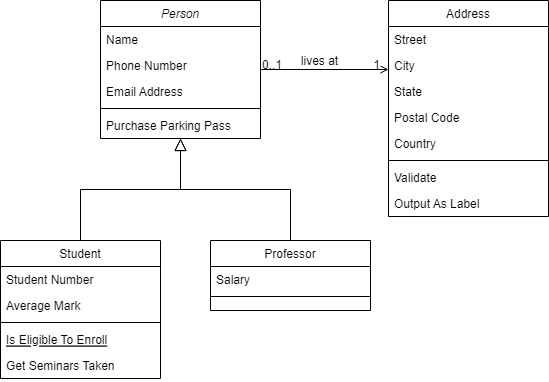
Before: Diagrama Unity.drawio.png, a diagram exported from draw.io (KalCastro/Game_Deep). Source tidied: cells renumbered, new cells last; positions are measured from the earlier drawing's top-left corner, leaving out a move shared by most shapes.
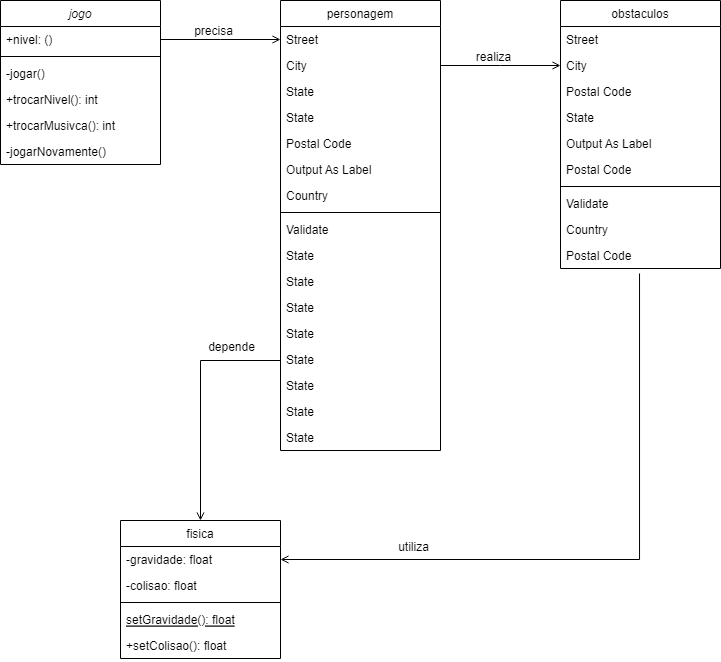
Above is the later version.

The edit, as a diff of the source:
```diff
@@ -2,59 +2,47 @@
   <root>
     <mxCell id="0" />
     <mxCell id="1" parent="0" />
-    <mxCell id="2" value="Person" style="swimlane;fontStyle=2;align=center;verticalAlign=top;horizontal=1;startSize=26;rounded=0;shadow=0;strokeWidth=1;" parent="1" vertex="1">
-      <mxGeometry x="100" width="160" height="138" as="geometry" />
+    <mxCell id="2" value="jogo" style="swimlane;fontStyle=2;align=center;verticalAlign=top;horizontal=1;startSize=26;rounded=0;shadow=0;strokeWidth=1;" parent="1" vertex="1">
+      <mxGeometry x="-80" width="160" height="164" as="geometry" />
     </mxCell>
-    <mxCell id="3" value="Name" style="text;align=left;verticalAlign=top;spacingLeft=4;spacingRight=4;overflow=hidden;points=[[0,0.5],[1,0.5]];portConstraint=eastwest;" parent="2" vertex="1">
+    <mxCell id="3" value="+nivel: ()" style="text;align=left;verticalAlign=top;spacingLeft=4;spacingRight=4;overflow=hidden;points=[[0,0.5],[1,0.5]];portConstraint=eastwest;" parent="2" vertex="1">
       <mxGeometry y="26" width="160" height="26" as="geometry" />
     </mxCell>
-    <mxCell id="4" value="Phone Number" style="text;align=left;verticalAlign=top;spacingLeft=4;spacingRight=4;overflow=hidden;rounded=0;shadow=0;html=0;" parent="2" vertex="1">
-      <mxGeometry y="52" width="160" height="26" as="geometry" />
-    </mxCell>
-    <mxCell id="5" value="Email Address" style="text;align=left;verticalAlign=top;spacingLeft=4;spacingRight=4;overflow=hidden;rounded=0;shadow=0;html=0;" parent="2" vertex="1">
-      <mxGeometry y="78" width="160" height="26" as="geometry" />
-    </mxCell>
     <mxCell id="6" style="line;html=1;strokeWidth=1;align=left;verticalAlign=middle;spacingTop=-1;spacingLeft=3;spacingRight=3;labelPosition=right;" parent="2" vertex="1">
-      <mxGeometry y="104" width="160" height="8" as="geometry" />
+      <mxGeometry y="52" width="160" height="8" as="geometry" />
     </mxCell>
-    <mxCell id="7" value="Purchase Parking Pass" style="text;align=left;verticalAlign=top;spacingLeft=4;spacingRight=4;overflow=hidden;" parent="2" vertex="1">
-      <mxGeometry y="112" width="160" height="26" as="geometry" />
+    <mxCell id="7" value="-jogar()" style="text;align=left;verticalAlign=top;spacingLeft=4;spacingRight=4;overflow=hidden;" parent="2" vertex="1">
+      <mxGeometry y="60" width="160" height="26" as="geometry" />
     </mxCell>
+    <mxCell id="5" value="+trocarNivel(): int" style="text;align=left;verticalAlign=top;spacingLeft=4;spacingRight=4;overflow=hidden;rounded=0;shadow=0;html=0;" parent="2" vertex="1">
+      <mxGeometry y="86" width="160" height="26" as="geometry" />
+    </mxCell>
+    <mxCell id="4" value="+trocarMusivca(): int&#10;&#10;" style="text;align=left;verticalAlign=top;spacingLeft=4;spacingRight=4;overflow=hidden;rounded=0;shadow=0;html=0;" parent="2" vertex="1">
+      <mxGeometry y="112" width="160" height="26" as="geometry" />
+    </mxCell>
+    <mxCell id="32" value="-jogarNovamente()" style="text;align=left;verticalAlign=top;spacingLeft=4;spacingRight=4;overflow=hidden;rounded=0;shadow=0;html=0;" parent="2" vertex="1">
+      <mxGeometry y="138" width="160" height="26" as="geometry" />
+    </mxCell>
-    <mxCell id="8" value="Student" style="swimlane;fontStyle=0;align=center;verticalAlign=top;horizontal=1;startSize=26;rounded=0;shadow=0;strokeWidth=1;" parent="1" vertex="1">
-      <mxGeometry y="240" width="160" height="138" as="geometry" />
+    <mxCell id="8" value="fisica" style="swimlane;fontStyle=0;align=center;verticalAlign=top;horizontal=1;startSize=26;rounded=0;shadow=0;strokeWidth=1;" parent="1" vertex="1">
+      <mxGeometry x="40" y="520" width="160" height="138" as="geometry" />
     </mxCell>
-    <mxCell id="9" value="Student Number" style="text;align=left;verticalAlign=top;spacingLeft=4;spacingRight=4;overflow=hidden;points=[[0,0.5],[1,0.5]];portConstraint=eastwest;" parent="8" vertex="1">
+    <mxCell id="9" value="-gravidade: float" style="text;align=left;verticalAlign=top;spacingLeft=4;spacingRight=4;overflow=hidden;points=[[0,0.5],[1,0.5]];portConstraint=eastwest;" parent="8" vertex="1">
       <mxGeometry y="26" width="160" height="26" as="geometry" />
     </mxCell>
-    <mxCell id="10" value="Average Mark" style="text;align=left;verticalAlign=top;spacingLeft=4;spacingRight=4;overflow=hidden;rounded=0;shadow=0;html=0;" parent="8" vertex="1">
+    <mxCell id="10" value="-colisao: float" style="text;align=left;verticalAlign=top;spacingLeft=4;spacingRight=4;overflow=hidden;rounded=0;shadow=0;html=0;" parent="8" vertex="1">
       <mxGeometry y="52" width="160" height="26" as="geometry" />
     </mxCell>
     <mxCell id="11" style="line;html=1;strokeWidth=1;align=left;verticalAlign=middle;spacingTop=-1;spacingLeft=3;spacingRight=3;labelPosition=right;" parent="8" vertex="1">
       <mxGeometry y="78" width="160" height="8" as="geometry" />
     </mxCell>
-    <mxCell id="12" value="Is Eligible To Enroll" style="text;align=left;verticalAlign=top;spacingLeft=4;spacingRight=4;overflow=hidden;fontStyle=4;" parent="8" vertex="1">
+    <mxCell id="12" value="setGravidade(): float" style="text;align=left;verticalAlign=top;spacingLeft=4;spacingRight=4;overflow=hidden;fontStyle=4;" parent="8" vertex="1">
       <mxGeometry y="86" width="160" height="26" as="geometry" />
     </mxCell>
-    <mxCell id="13" value="Get Seminars Taken" style="text;align=left;verticalAlign=top;spacingLeft=4;spacingRight=4;overflow=hidden;" parent="8" vertex="1">
+    <mxCell id="13" value="+setColisao(): float" style="text;align=left;verticalAlign=top;spacingLeft=4;spacingRight=4;overflow=hidden;" parent="8" vertex="1">
       <mxGeometry y="112" width="160" height="26" as="geometry" />
     </mxCell>
-    <mxCell id="14" style="endArrow=block;endSize=10;endFill=0;shadow=0;strokeWidth=1;rounded=0;edgeStyle=elbowEdgeStyle;elbow=vertical;" parent="1" edge="1" source="8" target="2">
-      <mxGeometry relative="1" as="geometry" />
-    </mxCell>
-    <mxCell id="15" value="Professor" style="swimlane;fontStyle=0;align=center;verticalAlign=top;horizontal=1;startSize=26;rounded=0;shadow=0;strokeWidth=1;" parent="1" vertex="1">
-      <mxGeometry x="210" y="240" width="160" height="70" as="geometry" />
-    </mxCell>
-    <mxCell id="16" value="Salary" style="text;align=left;verticalAlign=top;spacingLeft=4;spacingRight=4;overflow=hidden;" parent="15" vertex="1">
-      <mxGeometry y="26" width="160" height="26" as="geometry" />
-    </mxCell>
-    <mxCell id="17" style="line;html=1;strokeWidth=1;align=left;verticalAlign=middle;spacingTop=-1;spacingLeft=3;spacingRight=3;labelPosition=right;" parent="15" vertex="1">
-      <mxGeometry y="52" width="160" height="8" as="geometry" />
-    </mxCell>
-    <mxCell id="18" style="endArrow=block;endSize=10;endFill=0;shadow=0;strokeWidth=1;rounded=0;edgeStyle=elbowEdgeStyle;elbow=vertical;" parent="1" edge="1" source="15" target="2">
-      <mxGeometry relative="1" as="geometry" />
-    </mxCell>
-    <mxCell id="19" value="Address" style="swimlane;fontStyle=0;align=center;verticalAlign=top;horizontal=1;startSize=26;rounded=0;shadow=0;strokeWidth=1;" parent="1" vertex="1">
-      <mxGeometry x="388" width="160" height="216" as="geometry" />
+    <mxCell id="19" value="personagem" style="swimlane;fontStyle=0;align=center;verticalAlign=top;horizontal=1;startSize=26;rounded=0;shadow=0;strokeWidth=1;" parent="1" vertex="1">
+      <mxGeometry x="200" width="160" height="450" as="geometry" />
     </mxCell>
     <mxCell id="20" value="Street" style="text;align=left;verticalAlign=top;spacingLeft=4;spacingRight=4;overflow=hidden;points=[[0,0.5],[1,0.5]];portConstraint=eastwest;" parent="19" vertex="1">
       <mxGeometry y="26" width="160" height="26" as="geometry" />
@@ -65,40 +53,128 @@
     <mxCell id="22" value="State" style="text;align=left;verticalAlign=top;spacingLeft=4;spacingRight=4;overflow=hidden;rounded=0;shadow=0;html=0;" parent="19" vertex="1">
       <mxGeometry y="78" width="160" height="26" as="geometry" />
     </mxCell>
+    <mxCell id="33" value="State" style="text;align=left;verticalAlign=top;spacingLeft=4;spacingRight=4;overflow=hidden;rounded=0;shadow=0;html=0;" parent="19" vertex="1">
+      <mxGeometry y="104" width="160" height="26" as="geometry" />
+    </mxCell>
     <mxCell id="23" value="Postal Code" style="text;align=left;verticalAlign=top;spacingLeft=4;spacingRight=4;overflow=hidden;rounded=0;shadow=0;html=0;" parent="19" vertex="1">
-      <mxGeometry y="104" width="160" height="26" as="geometry" />
+      <mxGeometry y="130" width="160" height="26" as="geometry" />
     </mxCell>
+    <mxCell id="27" value="Output As Label" style="text;align=left;verticalAlign=top;spacingLeft=4;spacingRight=4;overflow=hidden;" parent="19" vertex="1">
+      <mxGeometry y="156" width="160" height="26" as="geometry" />
+    </mxCell>
     <mxCell id="24" value="Country" style="text;align=left;verticalAlign=top;spacingLeft=4;spacingRight=4;overflow=hidden;rounded=0;shadow=0;html=0;" parent="19" vertex="1">
-      <mxGeometry y="130" width="160" height="26" as="geometry" />
+      <mxGeometry y="182" width="160" height="26" as="geometry" />
     </mxCell>
     <mxCell id="25" style="line;html=1;strokeWidth=1;align=left;verticalAlign=middle;spacingTop=-1;spacingLeft=3;spacingRight=3;labelPosition=right;" parent="19" vertex="1">
-      <mxGeometry y="156" width="160" height="8" as="geometry" />
+      <mxGeometry y="208" width="160" height="8" as="geometry" />
     </mxCell>
     <mxCell id="26" value="Validate" style="text;align=left;verticalAlign=top;spacingLeft=4;spacingRight=4;overflow=hidden;" parent="19" vertex="1">
-      <mxGeometry y="164" width="160" height="26" as="geometry" />
+      <mxGeometry y="216" width="160" height="26" as="geometry" />
     </mxCell>
-    <mxCell id="27" value="Output As Label" style="text;align=left;verticalAlign=top;spacingLeft=4;spacingRight=4;overflow=hidden;" parent="19" vertex="1">
-      <mxGeometry y="190" width="160" height="26" as="geometry" />
-    </mxCell>
+    <mxCell id="34" value="State" style="text;align=left;verticalAlign=top;spacingLeft=4;spacingRight=4;overflow=hidden;rounded=0;shadow=0;html=0;" parent="19" vertex="1">
+      <mxGeometry y="242" width="160" height="26" as="geometry" />
+    </mxCell>
+    <mxCell id="35" value="State" style="text;align=left;verticalAlign=top;spacingLeft=4;spacingRight=4;overflow=hidden;rounded=0;shadow=0;html=0;" parent="19" vertex="1">
+      <mxGeometry y="268" width="160" height="26" as="geometry" />
+    </mxCell>
+    <mxCell id="36" value="State" style="text;align=left;verticalAlign=top;spacingLeft=4;spacingRight=4;overflow=hidden;rounded=0;shadow=0;html=0;" parent="19" vertex="1">
+      <mxGeometry y="294" width="160" height="26" as="geometry" />
+    </mxCell>
+    <mxCell id="37" value="State" style="text;align=left;verticalAlign=top;spacingLeft=4;spacingRight=4;overflow=hidden;rounded=0;shadow=0;html=0;" parent="19" vertex="1">
+      <mxGeometry y="320" width="160" height="26" as="geometry" />
+    </mxCell>
+    <mxCell id="38" value="State" style="text;align=left;verticalAlign=top;spacingLeft=4;spacingRight=4;overflow=hidden;points=[[0,0.5],[1,0.5]];portConstraint=eastwest;rounded=0;shadow=0;html=0;" parent="19" vertex="1">
+      <mxGeometry y="346" width="160" height="26" as="geometry" />
+    </mxCell>
+    <mxCell id="39" value="State" style="text;align=left;verticalAlign=top;spacingLeft=4;spacingRight=4;overflow=hidden;rounded=0;shadow=0;html=0;" parent="19" vertex="1">
+      <mxGeometry y="372" width="160" height="26" as="geometry" />
+    </mxCell>
+    <mxCell id="40" value="State" style="text;align=left;verticalAlign=top;spacingLeft=4;spacingRight=4;overflow=hidden;rounded=0;shadow=0;html=0;" parent="19" vertex="1">
+      <mxGeometry y="398" width="160" height="26" as="geometry" />
+    </mxCell>
+    <mxCell id="41" value="State" style="text;align=left;verticalAlign=top;spacingLeft=4;spacingRight=4;overflow=hidden;rounded=0;shadow=0;html=0;" parent="19" vertex="1">
+      <mxGeometry y="424" width="160" height="26" as="geometry" />
+    </mxCell>
-    <mxCell id="28" style="endArrow=open;shadow=0;strokeWidth=1;rounded=0;endFill=1;edgeStyle=elbowEdgeStyle;elbow=vertical;" parent="1" edge="1" source="2" target="19">
+    <mxCell id="28" style="endArrow=open;shadow=0;strokeWidth=1;rounded=0;endFill=1;edgeStyle=elbowEdgeStyle;elbow=vertical;entryX=0;entryY=0.5;entryDx=0;entryDy=0;exitX=1;exitY=0.5;exitDx=0;exitDy=0;" parent="1" edge="1" source="3" target="20">
       <mxGeometry x="0.5" y="41" relative="1" as="geometry">
         <mxPoint x="-40" y="32" as="offset" />
       </mxGeometry>
     </mxCell>
-    <mxCell id="29" value="0..1" style="align=left;verticalAlign=bottom;labelBackgroundColor=none;fontSize=12;" parent="28" vertex="1">
-      <mxGeometry x="-1" relative="1" as="geometry">
-        <mxPoint y="4" as="offset" />
-      </mxGeometry>
-    </mxCell>
-    <mxCell id="30" value="1" style="align=right;verticalAlign=bottom;labelBackgroundColor=none;fontSize=12;" parent="28" vertex="1">
-      <mxGeometry x="1" relative="1" as="geometry">
-        <mxPoint x="-7" y="4" as="offset" />
-      </mxGeometry>
-    </mxCell>
-    <mxCell id="31" value="lives at" style="text;html=1;align=center;verticalAlign=middle;labelBackgroundColor=none;rounded=0;shadow=0;strokeWidth=1;fontSize=12;" parent="28" vertex="1">
+    <mxCell id="31" value="precisa" style="text;html=1;align=center;verticalAlign=middle;labelBackgroundColor=none;rounded=0;shadow=0;strokeWidth=1;fontSize=12;" parent="28" vertex="1">
       <mxGeometry x="0.5" y="49" relative="1" as="geometry">
         <mxPoint x="-38" y="40" as="offset" />
       </mxGeometry>
     </mxCell>
+    <mxCell id="42" value="obstaculos" style="swimlane;fontStyle=0;align=center;verticalAlign=top;horizontal=1;startSize=26;rounded=0;shadow=0;strokeWidth=1;" parent="1" vertex="1">
+      <mxGeometry x="480" width="160" height="268" as="geometry" />
+    </mxCell>
+    <mxCell id="43" value="Street" style="text;align=left;verticalAlign=top;spacingLeft=4;spacingRight=4;overflow=hidden;" parent="42" vertex="1">
+      <mxGeometry y="26" width="160" height="26" as="geometry" />
+    </mxCell>
+    <mxCell id="44" value="City" style="text;align=left;verticalAlign=top;spacingLeft=4;spacingRight=4;overflow=hidden;points=[[0,0.5],[1,0.5]];portConstraint=eastwest;rounded=0;shadow=0;html=0;" parent="42" vertex="1">
+      <mxGeometry y="52" width="160" height="26" as="geometry" />
+    </mxCell>
+    <mxCell id="45" value="Postal Code" style="text;align=left;verticalAlign=top;spacingLeft=4;spacingRight=4;overflow=hidden;rounded=0;shadow=0;html=0;" parent="42" vertex="1">
+      <mxGeometry y="78" width="160" height="26" as="geometry" />
+    </mxCell>
+    <mxCell id="46" value="State" style="text;align=left;verticalAlign=top;spacingLeft=4;spacingRight=4;overflow=hidden;rounded=0;shadow=0;html=0;" parent="42" vertex="1">
+      <mxGeometry y="104" width="160" height="26" as="geometry" />
+    </mxCell>
+    <mxCell id="47" value="Output As Label" style="text;align=left;verticalAlign=top;spacingLeft=4;spacingRight=4;overflow=hidden;" parent="42" vertex="1">
+      <mxGeometry y="130" width="160" height="26" as="geometry" />
+    </mxCell>
+    <mxCell id="48" value="Postal Code" style="text;align=left;verticalAlign=top;spacingLeft=4;spacingRight=4;overflow=hidden;rounded=0;shadow=0;html=0;" parent="42" vertex="1">
+      <mxGeometry y="156" width="160" height="26" as="geometry" />
+    </mxCell>
+    <mxCell id="49" style="line;html=1;strokeWidth=1;align=left;verticalAlign=middle;spacingTop=-1;spacingLeft=3;spacingRight=3;labelPosition=right;" parent="42" vertex="1">
+      <mxGeometry y="182" width="160" height="8" as="geometry" />
+    </mxCell>
+    <mxCell id="50" value="Validate" style="text;align=left;verticalAlign=top;spacingLeft=4;spacingRight=4;overflow=hidden;" parent="42" vertex="1">
+      <mxGeometry y="190" width="160" height="26" as="geometry" />
+    </mxCell>
+    <mxCell id="51" value="Country" style="text;align=left;verticalAlign=top;spacingLeft=4;spacingRight=4;overflow=hidden;rounded=0;shadow=0;html=0;" parent="42" vertex="1">
+      <mxGeometry y="216" width="160" height="26" as="geometry" />
+    </mxCell>
+    <mxCell id="52" value="Postal Code" style="text;align=left;verticalAlign=top;spacingLeft=4;spacingRight=4;overflow=hidden;points=[[0,0.5],[1,0.5]];portConstraint=eastwest;rounded=0;shadow=0;html=0;" parent="42" vertex="1">
+      <mxGeometry y="242" width="160" height="26" as="geometry" />
+    </mxCell>
+    <mxCell id="53" style="endArrow=open;shadow=0;strokeWidth=1;rounded=0;endFill=1;edgeStyle=elbowEdgeStyle;elbow=vertical;exitX=1;exitY=0.5;exitDx=0;exitDy=0;entryX=0;entryY=0.5;entryDx=0;entryDy=0;" parent="1" edge="1" source="21" target="44">
+      <mxGeometry x="0.5" y="41" relative="1" as="geometry">
+        <mxPoint x="-40" y="32" as="offset" />
+      </mxGeometry>
+    </mxCell>
+    <mxCell id="54" value="realiza" style="text;html=1;align=center;verticalAlign=middle;labelBackgroundColor=none;rounded=0;shadow=0;strokeWidth=1;fontSize=12;" parent="53" vertex="1">
+      <mxGeometry x="0.5" y="49" relative="1" as="geometry">
+        <mxPoint x="-38" y="40" as="offset" />
+      </mxGeometry>
+    </mxCell>
+    <mxCell id="55" style="endArrow=open;shadow=0;strokeWidth=1;rounded=0;endFill=1;edgeStyle=elbowEdgeStyle;elbow=vertical;entryX=0.5;entryY=0;entryDx=0;entryDy=0;exitX=0;exitY=0.5;exitDx=0;exitDy=0;" parent="1" edge="1" source="38" target="8">
+      <mxGeometry x="0.5" y="41" relative="1" as="geometry">
+        <Array as="points">
+          <mxPoint x="80" y="360" />
+          <mxPoint x="89.9" y="14" />
+        </Array>
+        <mxPoint x="-40" y="32" as="offset" />
+      </mxGeometry>
+    </mxCell>
+    <mxCell id="56" value="depende" style="text;html=1;align=center;verticalAlign=middle;labelBackgroundColor=none;rounded=0;shadow=0;strokeWidth=1;fontSize=12;" parent="55" vertex="1">
+      <mxGeometry x="0.5" y="49" relative="1" as="geometry">
+        <mxPoint x="-19" y="-114" as="offset" />
+      </mxGeometry>
+    </mxCell>
+    <mxCell id="57" style="endArrow=open;shadow=0;strokeWidth=1;rounded=0;endFill=1;edgeStyle=elbowEdgeStyle;elbow=vertical;exitX=0.494;exitY=1.192;exitDx=0;exitDy=0;exitPerimeter=0;entryX=1;entryY=0.5;entryDx=0;entryDy=0;" parent="1" edge="1" source="52" target="9">
+      <mxGeometry x="0.5" y="41" relative="1" as="geometry">
+        <Array as="points">
+          <mxPoint x="380" y="559" />
+          <mxPoint x="610" y="308" />
+        </Array>
+        <mxPoint x="-40" y="32" as="offset" />
+      </mxGeometry>
+    </mxCell>
+    <mxCell id="58" value="utiliza" style="text;html=1;align=center;verticalAlign=middle;labelBackgroundColor=none;rounded=0;shadow=0;strokeWidth=1;fontSize=12;" parent="57" vertex="1">
+      <mxGeometry x="0.5" y="49" relative="1" as="geometry">
+        <mxPoint x="-29" y="-62" as="offset" />
+      </mxGeometry>
+    </mxCell>
   </root>
 </mxGraphModel>
```
